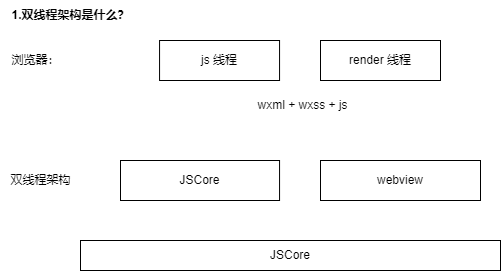
Earlier version of the draw.io export formal_lessons/imgs/cross-platform-app_uniapp_0930_1/uniapp-双线程架构.png (djsz3y/zhaowa-study-notes). Source tidied: cells renumbered, new cells last; positions are measured from the earlier drawing's top-left corner, leaving out a move shared by most shapes.
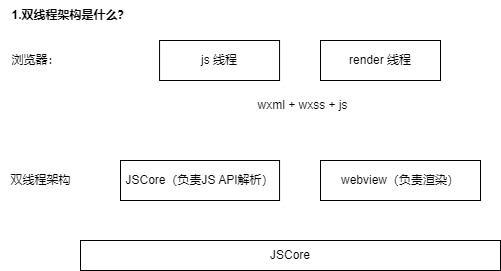
After the commit.

What changed in the source:
```diff
@@ -11,10 +11,10 @@
     <mxCell id="4" value="render 线程" style="rounded=0;whiteSpace=wrap;html=1;" parent="2" vertex="1">
       <mxGeometry x="320.2" y="40" width="120" height="40" as="geometry" />
     </mxCell>
-    <mxCell id="5" value="JSCore" style="rounded=0;whiteSpace=wrap;html=1;" parent="2" vertex="1">
+    <mxCell id="5" value="JSCore（负责JS API解析）" style="rounded=0;whiteSpace=wrap;html=1;" parent="2" vertex="1">
       <mxGeometry x="120.2" y="160" width="159.1" height="40" as="geometry" />
     </mxCell>
-    <mxCell id="6" value="webview" style="rounded=0;whiteSpace=wrap;html=1;" parent="2" vertex="1">
+    <mxCell id="6" value="webview（负责渲染）" style="rounded=0;whiteSpace=wrap;html=1;" parent="2" vertex="1">
       <mxGeometry x="320.2" y="160" width="160" height="40" as="geometry" />
     </mxCell>
     <mxCell id="7" value="wxml + wxss + js" style="text;html=1;align=center;verticalAlign=middle;strokeColor=none;fillColor=none;" parent="2" vertex="1">
```
